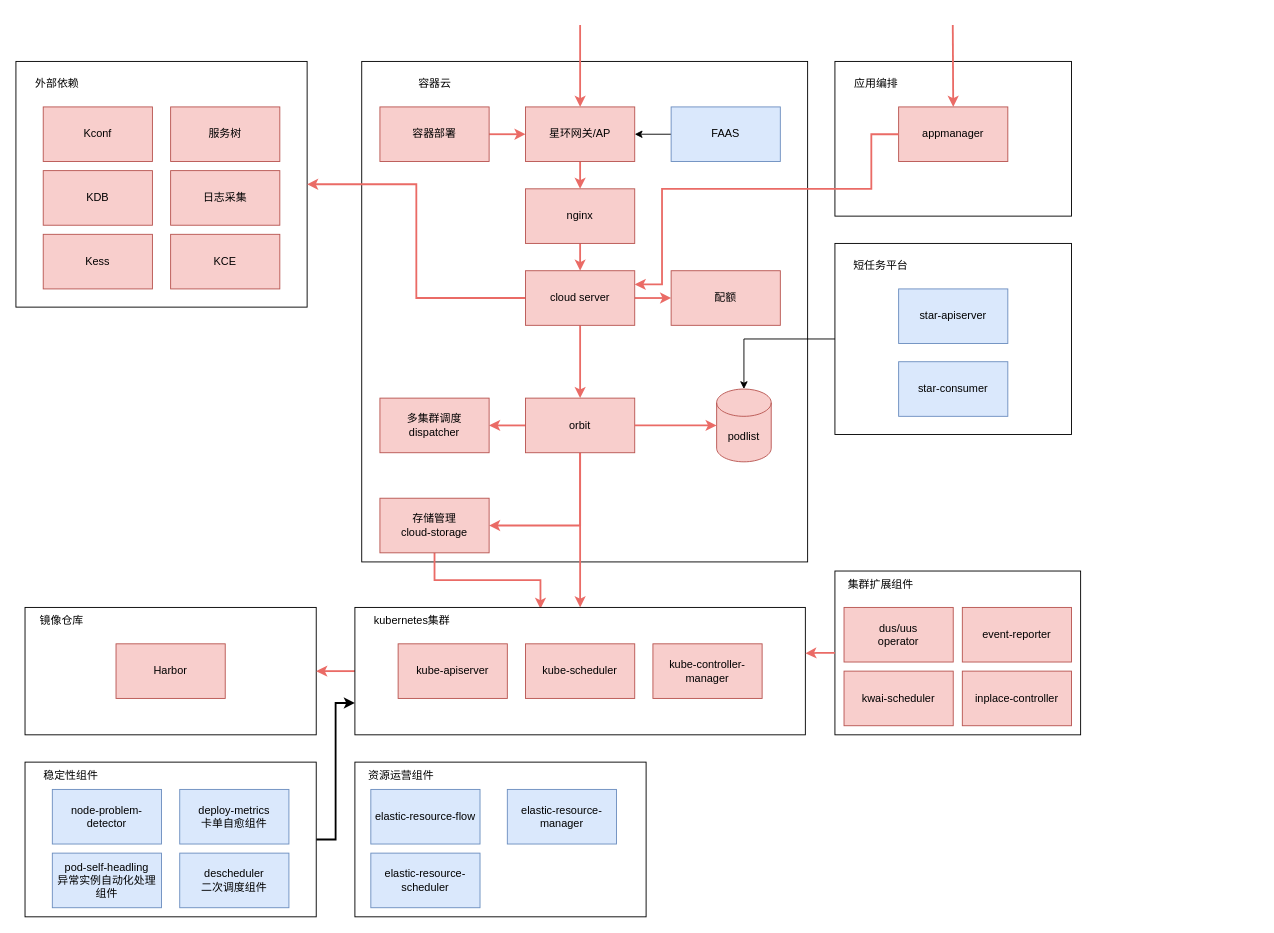
gosoon/gitbook keeps this draw.io diagram as page "容器云总体架构" (8 of 8) of draw/containerd.drawio. Above is the earlier version. Source tidied: cells renumbered, new cells numbered last; positions are measured from the earlier drawing's top-left corner, leaving out a move shared by most shapes. Both pictures are drawn from the tidied source at 91%, with x=0, y=0 at pixel (15, 25).
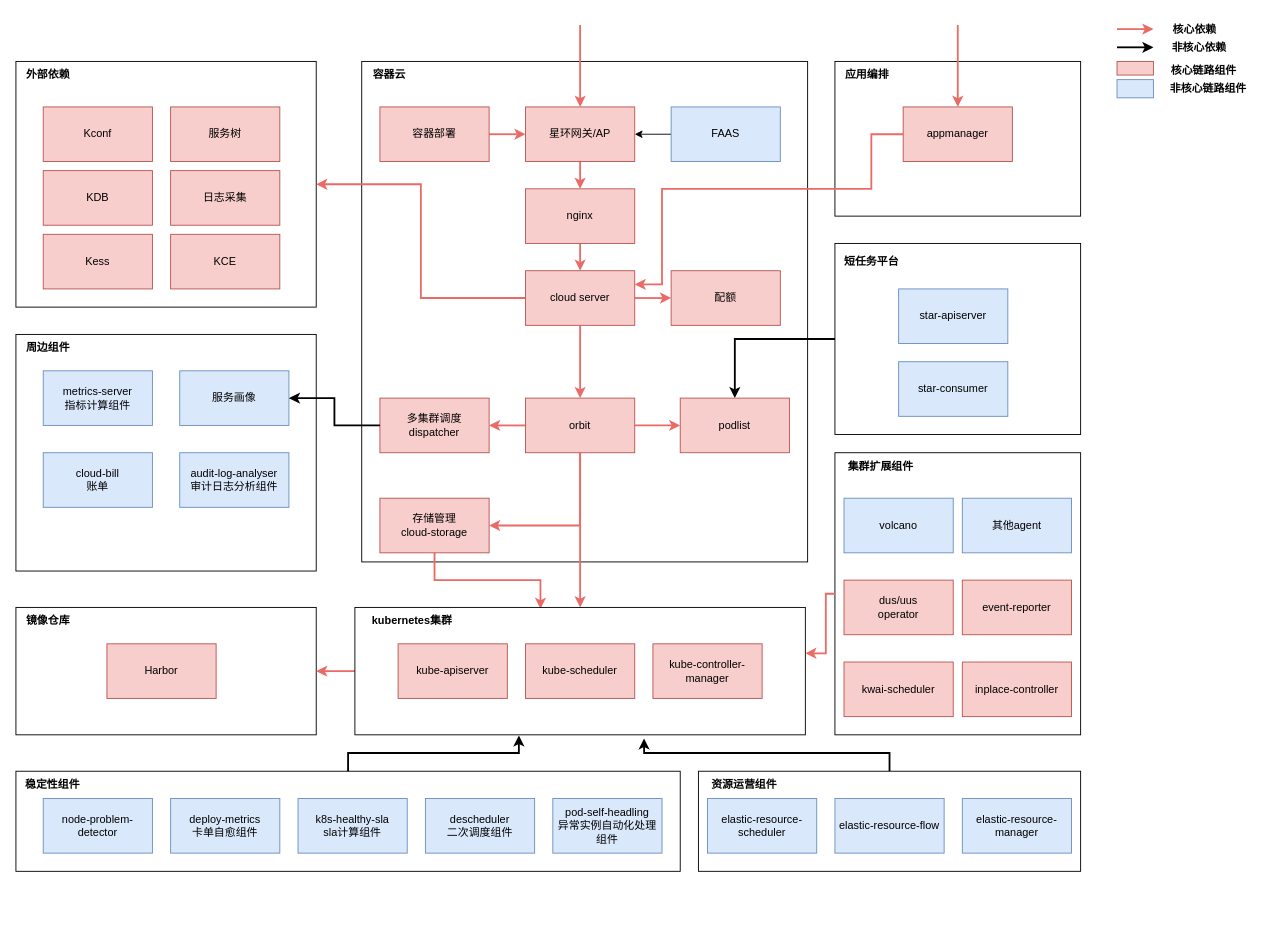
The same page after the edit.

The change refers to these unchanged cells:
```xml
<mxCell id="28" value="orbit" style="rounded=0;whiteSpace=wrap;html=1;fillColor=#f8cecc;strokeColor=#b85450;" parent="1" vertex="1">
  <mxGeometry x="560" y="410" width="120" height="60" as="geometry" />
</mxCell>
<mxCell id="29" value="多集群调度&lt;br&gt;dispatcher" style="rounded=0;whiteSpace=wrap;html=1;fillColor=#f8cecc;strokeColor=#b85450;" parent="1" vertex="1">
  <mxGeometry x="400" y="410" width="120" height="60" as="geometry" />
</mxCell>
<mxCell id="34" style="rounded=0;whiteSpace=wrap;html=1;" parent="1" vertex="1">
  <mxGeometry x="372.5" y="640" width="495" height="140" as="geometry" />
</mxCell>
```

The edit, as a diff of the source:
```diff
@@
     <mxCell id="2" style="rounded=0;whiteSpace=wrap;html=1;" parent="1" vertex="1">
-      <mxGeometry x="10" y="640" width="320" height="140" as="geometry" />
+      <mxGeometry y="640" width="330" height="140" as="geometry" />
     </mxCell>
@@
     <mxCell id="4" style="rounded=0;whiteSpace=wrap;html=1;" parent="1" vertex="1">
-      <mxGeometry y="40" width="320" height="270" as="geometry" />
+      <mxGeometry y="40" width="330" height="270" as="geometry" />
     </mxCell>
@@
-    <mxCell id="11" value="外部依赖" style="text;html=1;align=center;verticalAlign=middle;strokeColor=none;fillColor=none;" parent="1" vertex="1">
-      <mxGeometry x="10" y="50" width="70" height="30" as="geometry" />
+    <mxCell id="11" value="外部依赖" style="text;html=1;align=center;verticalAlign=middle;strokeColor=none;fillColor=none;fontStyle=1;" parent="1" vertex="1">
+      <mxGeometry y="40" width="70" height="30" as="geometry" />
     </mxCell>
-    <mxCell id="12" value="容器云" style="text;html=1;align=center;verticalAlign=middle;strokeColor=none;fillColor=none;" parent="1" vertex="1">
-      <mxGeometry x="430" y="50" width="60" height="30" as="geometry" />
+    <mxCell id="12" value="容器云" style="text;html=1;align=center;verticalAlign=middle;strokeColor=none;fillColor=none;fontStyle=1;" parent="1" vertex="1">
+      <mxGeometry x="380" y="40" width="60" height="30" as="geometry" />
     </mxCell>
@@
-    <mxCell id="30" value="podlist" style="shape=cylinder3;whiteSpace=wrap;html=1;boundedLbl=1;backgroundOutline=1;size=15;fillColor=#f8cecc;strokeColor=#b85450;" parent="1" vertex="1">
-      <mxGeometry x="770" y="400" width="60" height="80" as="geometry" />
-    </mxCell>
@@
     <mxCell id="35" value="Harbor" style="rounded=0;whiteSpace=wrap;html=1;fillColor=#f8cecc;strokeColor=#b85450;" parent="1" vertex="1">
-      <mxGeometry x="110" y="680" width="120" height="60" as="geometry" />
+      <mxGeometry x="100" y="680" width="120" height="60" as="geometry" />
     </mxCell>
     <mxCell id="36" style="rounded=0;whiteSpace=wrap;html=1;" parent="1" vertex="1">
-      <mxGeometry x="900" y="600" width="270" height="180" as="geometry" />
+      <mxGeometry x="900" y="470" width="270" height="310" as="geometry" />
     </mxCell>
-    <mxCell id="37" value="集群扩展组件" style="text;html=1;align=center;verticalAlign=middle;strokeColor=none;fillColor=none;" parent="1" vertex="1">
-      <mxGeometry x="900" y="600" width="100" height="30" as="geometry" />
+    <mxCell id="37" value="集群扩展组件" style="text;html=1;align=center;verticalAlign=middle;strokeColor=none;fillColor=none;fontStyle=1;" parent="1" vertex="1">
+      <mxGeometry x="900" y="470" width="100" height="30" as="geometry" />
     </mxCell>
     <mxCell id="38" style="rounded=0;whiteSpace=wrap;html=1;" parent="1" vertex="1">
-      <mxGeometry x="900" y="40" width="260" height="170" as="geometry" />
+      <mxGeometry x="900" y="40" width="270" height="170" as="geometry" />
     </mxCell>
     <mxCell id="39" style="rounded=0;whiteSpace=wrap;html=1;" parent="1" vertex="1">
-      <mxGeometry x="900" y="240" width="260" height="210" as="geometry" />
+      <mxGeometry x="900" y="240" width="270" height="210" as="geometry" />
     </mxCell>
-    <mxCell id="40" style="edgeStyle=orthogonalEdgeStyle;rounded=0;jettySize=auto;html=1;entryX=0;entryY=0.5;entryDx=0;entryDy=0;entryPerimeter=0;strokeWidth=2;strokeColor=#EA6B66;" parent="1" edge="1" source="28" target="30">
+    <mxCell id="40" style="edgeStyle=orthogonalEdgeStyle;rounded=0;jettySize=auto;html=1;entryX=0;entryY=0.5;entryDx=0;entryDy=0;strokeWidth=2;strokeColor=#EA6B66;" parent="1" edge="1" source="28" target="30">
       <mxGeometry relative="1" as="geometry" />
     </mxCell>
@@
     <mxCell id="43" value="appmanager" style="rounded=0;whiteSpace=wrap;html=1;fillColor=#f8cecc;strokeColor=#b85450;" parent="1" vertex="1">
-      <mxGeometry x="970" y="90" width="120" height="60" as="geometry" />
+      <mxGeometry x="975" y="90" width="120" height="60" as="geometry" />
     </mxCell>
-    <mxCell id="44" value="应用编排" style="text;html=1;align=center;verticalAlign=middle;strokeColor=none;fillColor=none;" parent="1" vertex="1">
-      <mxGeometry x="910" y="50" width="70" height="30" as="geometry" />
+    <mxCell id="44" value="应用编排" style="text;html=1;align=center;verticalAlign=middle;strokeColor=none;fillColor=none;fontStyle=1;" parent="1" vertex="1">
+      <mxGeometry x="900" y="40" width="70" height="30" as="geometry" />
     </mxCell>
     <mxCell id="45" style="endArrow=classic;html=1;rounded=0;entryX=0.5;entryY=0;entryDx=0;entryDy=0;strokeWidth=2;strokeColor=#EA6B66;" parent="1" edge="1" target="43">
       <mxGeometry relative="1" as="geometry">
-        <mxPoint x="1029.5" as="sourcePoint" />
+        <mxPoint x="1035" as="sourcePoint" />
       </mxGeometry>
     </mxCell>
@@
-    <mxCell id="49" value="短任务平台" style="text;html=1;align=center;verticalAlign=middle;strokeColor=none;fillColor=none;" parent="1" vertex="1">
-      <mxGeometry x="910" y="250" width="80" height="30" as="geometry" />
+    <mxCell id="49" value="短任务平台" style="text;html=1;align=center;verticalAlign=middle;strokeColor=none;fillColor=none;fontStyle=1;" parent="1" vertex="1">
+      <mxGeometry x="900" y="245" width="80" height="30" as="geometry" />
     </mxCell>
-    <mxCell id="50" style="edgeStyle=orthogonalEdgeStyle;rounded=0;jettySize=auto;html=1;entryX=0.5;entryY=0;entryDx=0;entryDy=0;entryPerimeter=0;" parent="1" edge="1" source="39" target="30">
+    <mxCell id="50" style="edgeStyle=orthogonalEdgeStyle;rounded=0;jettySize=auto;html=1;entryX=0.5;entryY=0;entryDx=0;entryDy=0;strokeWidth=2;" parent="1" edge="1" source="39" target="30">
       <mxGeometry relative="1" as="geometry" />
     </mxCell>
-    <mxCell id="51" value="镜像仓库" style="text;html=1;align=center;verticalAlign=middle;strokeColor=none;fillColor=none;" parent="1" vertex="1">
-      <mxGeometry x="15" y="640" width="70" height="30" as="geometry" />
+    <mxCell id="51" value="镜像仓库" style="text;html=1;align=center;verticalAlign=middle;strokeColor=none;fillColor=none;fontStyle=1;" parent="1" vertex="1">
+      <mxGeometry y="640" width="70" height="30" as="geometry" />
     </mxCell>
-    <mxCell id="52" value="kubernetes集群" style="text;html=1;align=center;verticalAlign=middle;strokeColor=none;fillColor=none;" parent="1" vertex="1">
+    <mxCell id="52" value="kubernetes集群" style="text;html=1;align=center;verticalAlign=middle;strokeColor=none;fillColor=none;fontStyle=1;" parent="1" vertex="1">
       <mxGeometry x="380" y="640" width="110" height="30" as="geometry" />
     </mxCell>
     <mxCell id="53" value="dus/uus&lt;br&gt;operator" style="rounded=0;whiteSpace=wrap;html=1;fillColor=#f8cecc;strokeColor=#b85450;" parent="1" vertex="1">
-      <mxGeometry x="910" y="640" width="120" height="60" as="geometry" />
+      <mxGeometry x="910" y="610" width="120" height="60" as="geometry" />
     </mxCell>
     <mxCell id="54" value="event-reporter" style="rounded=0;whiteSpace=wrap;html=1;fillColor=#f8cecc;strokeColor=#b85450;" parent="1" vertex="1">
-      <mxGeometry x="1040" y="640" width="120" height="60" as="geometry" />
+      <mxGeometry x="1040" y="610" width="120" height="60" as="geometry" />
     </mxCell>
     <mxCell id="55" value="kwai-scheduler" style="rounded=0;whiteSpace=wrap;html=1;fillColor=#f8cecc;strokeColor=#b85450;" parent="1" vertex="1">
-      <mxGeometry x="910" y="710" width="120" height="60" as="geometry" />
+      <mxGeometry x="910" y="700" width="120" height="60" as="geometry" />
     </mxCell>
     <mxCell id="56" value="inplace-controller" style="rounded=0;whiteSpace=wrap;html=1;fillColor=#f8cecc;strokeColor=#b85450;" parent="1" vertex="1">
-      <mxGeometry x="1040" y="710" width="120" height="60" as="geometry" />
+      <mxGeometry x="1040" y="700" width="120" height="60" as="geometry" />
     </mxCell>
     <mxCell id="57" style="edgeStyle=orthogonalEdgeStyle;rounded=0;jettySize=auto;html=1;entryX=1;entryY=0.36;entryDx=0;entryDy=0;entryPerimeter=0;strokeWidth=2;strokeColor=#EA6B66;" parent="1" edge="1" source="36" target="34">
-      <mxGeometry relative="1" as="geometry" />
+      <mxGeometry relative="1" as="geometry">
+        <Array as="points">
+          <mxPoint x="890" y="625" />
+          <mxPoint x="890" y="690" />
+        </Array>
+      </mxGeometry>
     </mxCell>
@@
-    <mxCell id="61" style="edgeStyle=orthogonalEdgeStyle;rounded=0;jettySize=auto;html=1;entryX=0;entryY=0.75;entryDx=0;entryDy=0;strokeWidth=2;" parent="1" edge="1" source="62" target="34">
-      <mxGeometry relative="1" as="geometry" />
-    </mxCell>
     <mxCell id="62" style="rounded=0;whiteSpace=wrap;html=1;" parent="1" vertex="1">
-      <mxGeometry x="10" y="810" width="320" height="170" as="geometry" />
+      <mxGeometry y="820" width="730" height="110" as="geometry" />
     </mxCell>
-    <mxCell id="63" value="稳定性组件" style="text;html=1;align=center;verticalAlign=middle;strokeColor=none;fillColor=none;" parent="1" vertex="1">
-      <mxGeometry x="20" y="810" width="80" height="30" as="geometry" />
+    <mxCell id="63" value="稳定性组件" style="text;html=1;align=center;verticalAlign=middle;strokeColor=none;fillColor=none;fontStyle=1;" parent="1" vertex="1">
+      <mxGeometry y="820" width="80" height="30" as="geometry" />
     </mxCell>
     <mxCell id="64" value="node-problem-detector" style="rounded=0;whiteSpace=wrap;html=1;fillColor=#dae8fc;strokeColor=#6c8ebf;" parent="1" vertex="1">
-      <mxGeometry x="40" y="840" width="120" height="60" as="geometry" />
+      <mxGeometry x="30" y="850" width="120" height="60" as="geometry" />
     </mxCell>
     <mxCell id="65" value="deploy-metrics&lt;br&gt;卡单自愈组件" style="rounded=0;whiteSpace=wrap;html=1;fillColor=#dae8fc;strokeColor=#6c8ebf;" parent="1" vertex="1">
-      <mxGeometry x="180" y="840" width="120" height="60" as="geometry" />
+      <mxGeometry x="170" y="850" width="120" height="60" as="geometry" />
     </mxCell>
     <mxCell id="66" value="descheduler&lt;br&gt;二次调度组件" style="rounded=0;whiteSpace=wrap;html=1;fillColor=#dae8fc;strokeColor=#6c8ebf;" parent="1" vertex="1">
-      <mxGeometry x="180" y="910" width="120" height="60" as="geometry" />
+      <mxGeometry x="450" y="850" width="120" height="60" as="geometry" />
     </mxCell>
     <mxCell id="67" value="pod-self-headling&lt;br&gt;异常实例自动化处理组件" style="rounded=0;whiteSpace=wrap;html=1;fillColor=#dae8fc;strokeColor=#6c8ebf;" parent="1" vertex="1">
-      <mxGeometry x="40" y="910" width="120" height="60" as="geometry" />
+      <mxGeometry x="590" y="850" width="120" height="60" as="geometry" />
     </mxCell>
+    <mxCell id="73" style="edgeStyle=orthogonalEdgeStyle;rounded=0;jettySize=auto;html=1;exitX=0.5;exitY=0;exitDx=0;exitDy=0;entryX=0.642;entryY=1.029;entryDx=0;entryDy=0;strokeWidth=2;entryPerimeter=0;" parent="1" edge="1" source="68" target="34">
+      <mxGeometry relative="1" as="geometry" />
+    </mxCell>
     <mxCell id="68" style="rounded=0;whiteSpace=wrap;html=1;" parent="1" vertex="1">
-      <mxGeometry x="372.5" y="810" width="320" height="170" as="geometry" />
+      <mxGeometry x="750" y="820" width="420" height="110" as="geometry" />
     </mxCell>
-    <mxCell id="69" value="资源运营组件" style="text;html=1;align=center;verticalAlign=middle;strokeColor=none;fillColor=none;" parent="1" vertex="1">
-      <mxGeometry x="372.5" y="810" width="100" height="30" as="geometry" />
+    <mxCell id="69" value="资源运营组件" style="text;html=1;align=center;verticalAlign=middle;strokeColor=none;fillColor=none;fontStyle=1;" parent="1" vertex="1">
+      <mxGeometry x="750" y="820" width="100" height="30" as="geometry" />
     </mxCell>
     <mxCell id="70" value="elastic-resource-flow" style="rounded=0;whiteSpace=wrap;html=1;fillColor=#dae8fc;strokeColor=#6c8ebf;" parent="1" vertex="1">
-      <mxGeometry x="390" y="840" width="120" height="60" as="geometry" />
+      <mxGeometry x="900" y="850" width="120" height="60" as="geometry" />
     </mxCell>
     <mxCell id="71" value="elastic-resource-manager" style="rounded=0;whiteSpace=wrap;html=1;fillColor=#dae8fc;strokeColor=#6c8ebf;" parent="1" vertex="1">
-      <mxGeometry x="540" y="840" width="120" height="60" as="geometry" />
+      <mxGeometry x="1040" y="850" width="120" height="60" as="geometry" />
     </mxCell>
     <mxCell id="72" value="elastic-resource-scheduler" style="rounded=0;whiteSpace=wrap;html=1;fillColor=#dae8fc;strokeColor=#6c8ebf;" parent="1" vertex="1">
-      <mxGeometry x="390" y="910" width="120" height="60" as="geometry" />
+      <mxGeometry x="760" y="850" width="120" height="60" as="geometry" />
     </mxCell>
+    <mxCell id="30" value="podlist" style="rounded=0;whiteSpace=wrap;html=1;fillColor=#f8cecc;strokeColor=#b85450;" parent="1" vertex="1">
+      <mxGeometry x="730" y="410" width="120" height="60" as="geometry" />
+    </mxCell>
+    <mxCell id="74" value="volcano" style="rounded=0;whiteSpace=wrap;html=1;fillColor=#dae8fc;strokeColor=#6c8ebf;" parent="1" vertex="1">
+      <mxGeometry x="910" y="520" width="120" height="60" as="geometry" />
+    </mxCell>
+    <mxCell id="75" value="其他agent" style="rounded=0;whiteSpace=wrap;html=1;fillColor=#dae8fc;strokeColor=#6c8ebf;" parent="1" vertex="1">
+      <mxGeometry x="1040" y="520" width="120" height="60" as="geometry" />
+    </mxCell>
+    <mxCell id="76" value="k8s-healthy-sla&lt;br&gt;sla计算组件" style="rounded=0;whiteSpace=wrap;html=1;fillColor=#dae8fc;strokeColor=#6c8ebf;" parent="1" vertex="1">
+      <mxGeometry x="310" y="850" width="120" height="60" as="geometry" />
+    </mxCell>
+    <mxCell id="77" style="rounded=0;whiteSpace=wrap;html=1;" parent="1" vertex="1">
+      <mxGeometry y="340" width="330" height="260" as="geometry" />
+    </mxCell>
+    <mxCell id="78" value="周边组件" style="text;html=1;align=center;verticalAlign=middle;strokeColor=none;fillColor=none;fontStyle=1;" parent="1" vertex="1">
+      <mxGeometry y="340" width="70" height="30" as="geometry" />
+    </mxCell>
+    <mxCell id="79" value="服务画像" style="rounded=0;whiteSpace=wrap;html=1;fillColor=#dae8fc;strokeColor=#6c8ebf;" parent="1" vertex="1">
+      <mxGeometry x="180" y="380" width="120" height="60" as="geometry" />
+    </mxCell>
+    <mxCell id="80" value="cloud-bill&lt;br&gt;账单" style="rounded=0;whiteSpace=wrap;html=1;fillColor=#dae8fc;strokeColor=#6c8ebf;" parent="1" vertex="1">
+      <mxGeometry x="30" y="470" width="120" height="60" as="geometry" />
+    </mxCell>
+    <mxCell id="81" value="metrics-server&lt;br&gt;指标计算组件" style="rounded=0;whiteSpace=wrap;html=1;fillColor=#dae8fc;strokeColor=#6c8ebf;" parent="1" vertex="1">
+      <mxGeometry x="30" y="380" width="120" height="60" as="geometry" />
+    </mxCell>
+    <mxCell id="82" value="audit-log-analyser&lt;br&gt;审计日志分析组件" style="rounded=0;whiteSpace=wrap;html=1;fillColor=#dae8fc;strokeColor=#6c8ebf;" parent="1" vertex="1">
+      <mxGeometry x="180" y="470" width="120" height="60" as="geometry" />
+    </mxCell>
+    <mxCell id="61" style="edgeStyle=orthogonalEdgeStyle;rounded=0;jettySize=auto;html=1;entryX=0.364;entryY=1.005;entryDx=0;entryDy=0;entryPerimeter=0;strokeWidth=2;" parent="1" edge="1" source="62" target="34">
+      <mxGeometry relative="1" as="geometry" />
+    </mxCell>
+    <mxCell id="83" style="endArrow=classic;html=1;rounded=0;strokeWidth=2;strokeColor=#EA6B66;" parent="1" edge="1">
+      <mxGeometry relative="1" as="geometry">
+        <mxPoint x="1210" y="4.5" as="sourcePoint" />
+        <mxPoint x="1250" y="4.5" as="targetPoint" />
+      </mxGeometry>
+    </mxCell>
+    <mxCell id="84" value="核心依赖" style="text;html=1;align=center;verticalAlign=middle;strokeColor=none;fillColor=none;fontStyle=1;" parent="1" vertex="1">
+      <mxGeometry x="1260" y="-10" width="70" height="30" as="geometry" />
+    </mxCell>
+    <mxCell id="85" style="endArrow=classic;html=1;rounded=0;strokeWidth=2;strokeColor=#000000;fontColor=#000000;" parent="1" edge="1">
+      <mxGeometry relative="1" as="geometry">
+        <mxPoint x="1210" y="24.5" as="sourcePoint" />
+        <mxPoint x="1250" y="24.5" as="targetPoint" />
+      </mxGeometry>
+    </mxCell>
+    <mxCell id="86" value="非核心依赖" style="text;html=1;align=center;verticalAlign=middle;strokeColor=none;fillColor=none;fontStyle=1;" parent="1" vertex="1">
+      <mxGeometry x="1260" y="10" width="80" height="30" as="geometry" />
+    </mxCell>
+    <mxCell id="87" style="rounded=0;whiteSpace=wrap;html=1;fillColor=#f8cecc;strokeColor=#b85450;" parent="1" vertex="1">
+      <mxGeometry x="1210" y="40" width="40" height="15" as="geometry" />
+    </mxCell>
+    <mxCell id="88" value="核心链路组件" style="text;html=1;align=center;verticalAlign=middle;strokeColor=none;fillColor=none;fontStyle=1;" parent="1" vertex="1">
+      <mxGeometry x="1255" y="35" width="100" height="30" as="geometry" />
+    </mxCell>
+    <mxCell id="89" style="rounded=0;whiteSpace=wrap;html=1;fillColor=#dae8fc;strokeColor=#6c8ebf;" parent="1" vertex="1">
+      <mxGeometry x="1210" y="60" width="40" height="20" as="geometry" />
+    </mxCell>
+    <mxCell id="90" value="非核心链路组件" style="text;html=1;align=center;verticalAlign=middle;strokeColor=none;fillColor=none;fontStyle=1;" parent="1" vertex="1">
+      <mxGeometry x="1255" y="55" width="110" height="30" as="geometry" />
+    </mxCell>
+    <mxCell id="91" style="edgeStyle=orthogonalEdgeStyle;rounded=0;jettySize=auto;html=1;entryX=1;entryY=0.5;entryDx=0;entryDy=0;strokeWidth=2;" parent="1" edge="1" source="29" target="79">
+      <mxGeometry relative="1" as="geometry" />
+    </mxCell>
```
